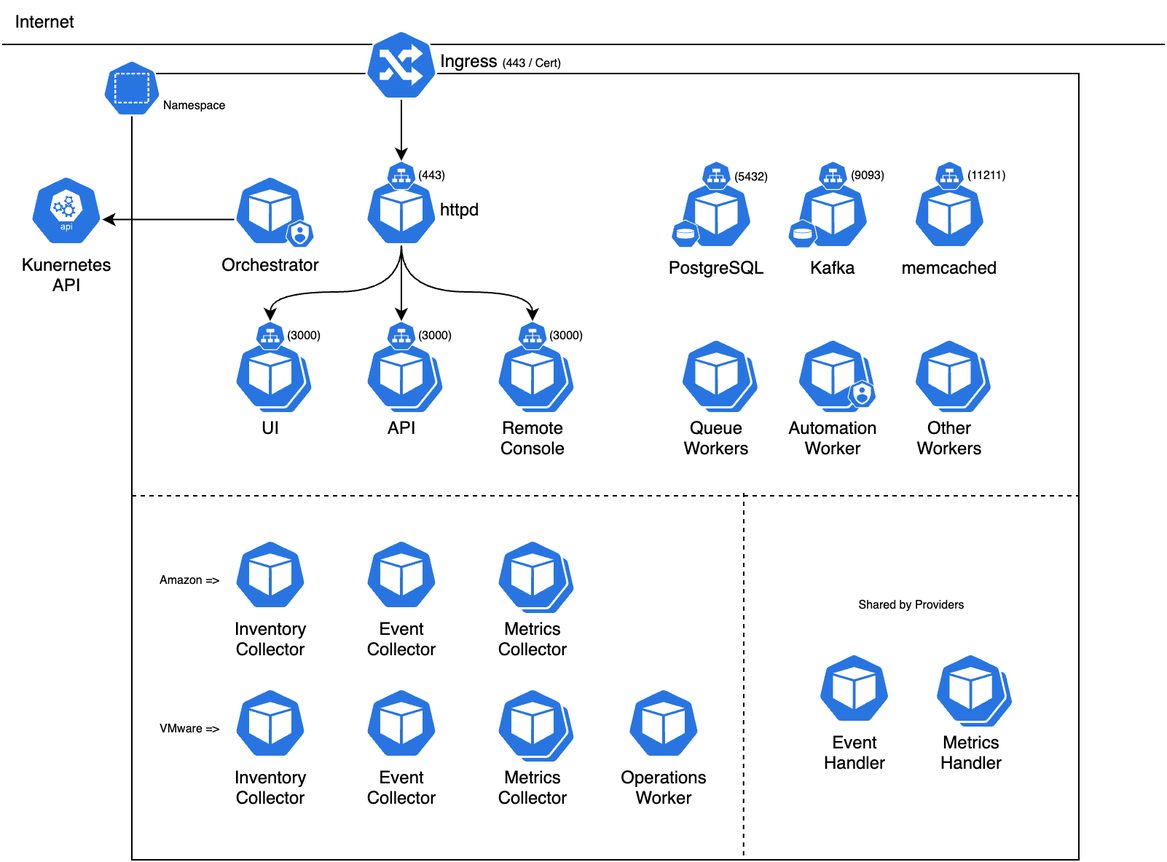
The draw.io diagram architecture/images/containerized-arch.drawio.png in ManageIQ/guides, before a commit. Source tidied: cells renumbered, new cells last; positions are measured from the earlier drawing's top-left corner, leaving out a move shared by most shapes.
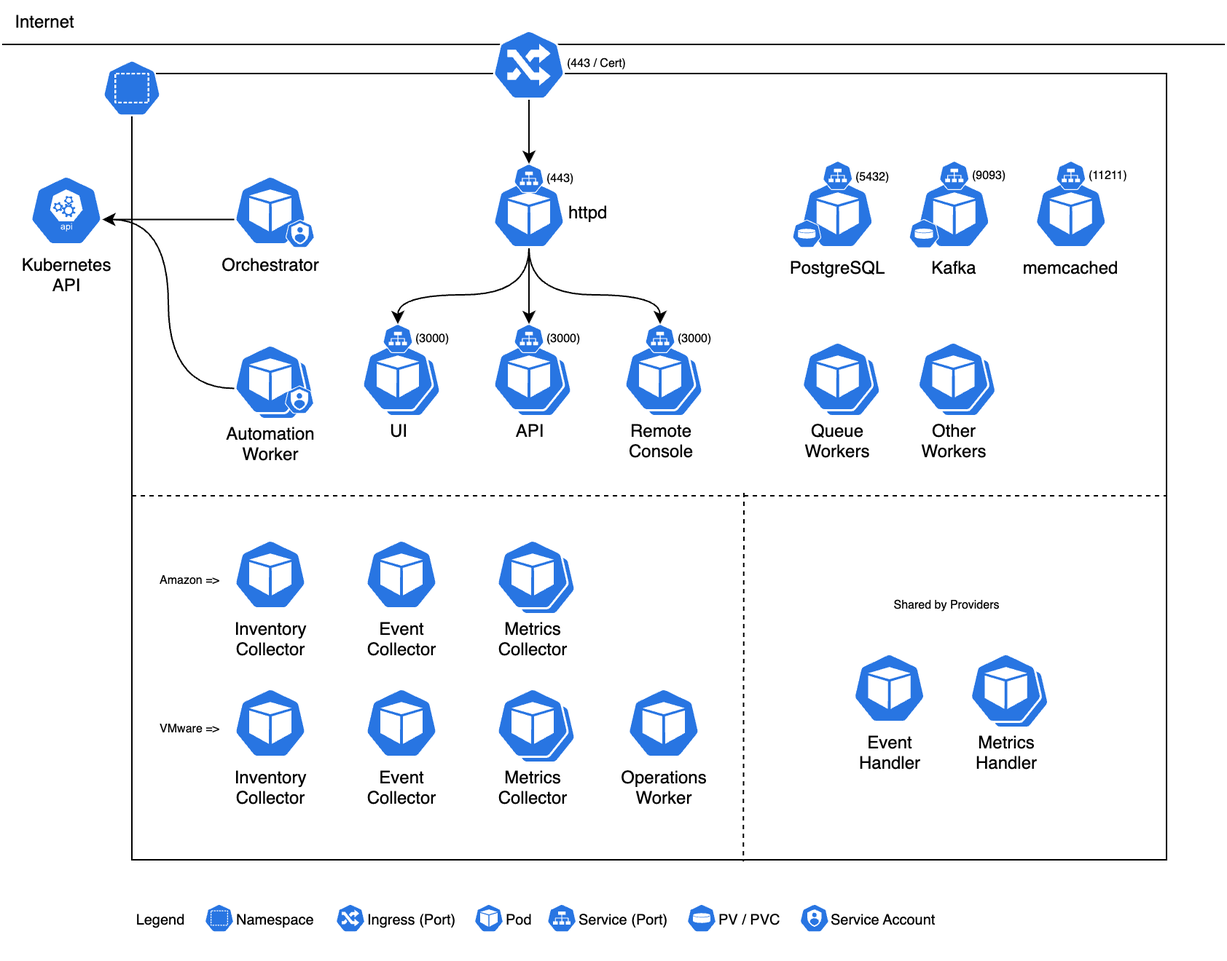
The same diagram one commit later.

Commit message:
Update arch diagram

- Show automation worker talking to Kube API
- Add a Legend

What changed in the source:
```diff
@@ -4,4 +4,7 @@
     <mxCell id="1" parent="0" />
+    <mxCell id="59" style="swimlane;startSize=0;swimlaneLine=1;swimlaneFillColor=none;strokeColor=none;" parent="1" vertex="1">
+      <mxGeometry width="840" height="660" as="geometry" />
+    </mxCell>
     <mxCell id="2" style="rounded=0;whiteSpace=wrap;html=1;" parent="1" vertex="1">
-      <mxGeometry x="90" y="50" width="650" height="540" as="geometry" />
+      <mxGeometry x="90" y="50" width="710" height="540" as="geometry" />
     </mxCell>
@@ -10,3 +13,3 @@
         <mxPoint x="1" y="30" as="sourcePoint" />
-        <mxPoint x="799" y="30" as="targetPoint" />
+        <mxPoint x="840" y="30" as="targetPoint" />
       </mxGeometry>
@@ -14,15 +17,15 @@
     <mxCell id="4" style="sketch=0;html=1;dashed=0;whitespace=wrap;fillColor=#2875E2;strokeColor=#ffffff;verticalLabelPosition=bottom;align=center;verticalAlign=top;shape=mxgraph.kubernetes.icon;prIcon=pod;" parent="1" vertex="1">
-      <mxGeometry x="551.2" y="236" width="50" height="48" as="geometry" />
+      <mxGeometry x="165" y="240" width="50" height="48" as="geometry" />
     </mxCell>
     <mxCell id="5" style="sketch=0;html=1;dashed=0;whitespace=wrap;fillColor=#2875E2;strokeColor=#ffffff;verticalLabelPosition=bottom;align=center;verticalAlign=top;shape=mxgraph.kubernetes.icon;prIcon=pod;" parent="1" vertex="1">
-      <mxGeometry x="345" y="236" width="50" height="48" as="geometry" />
+      <mxGeometry x="432.5" y="238" width="50" height="48" as="geometry" />
     </mxCell>
     <mxCell id="6" style="sketch=0;html=1;dashed=0;whitespace=wrap;fillColor=#2875E2;strokeColor=#ffffff;verticalLabelPosition=bottom;align=center;verticalAlign=top;shape=mxgraph.kubernetes.icon;prIcon=pod;" parent="1" vertex="1">
-      <mxGeometry x="255" y="236" width="50" height="48" as="geometry" />
+      <mxGeometry x="342.5" y="238" width="50" height="48" as="geometry" />
     </mxCell>
     <mxCell id="7" style="sketch=0;html=1;dashed=0;whitespace=wrap;fillColor=#2875E2;strokeColor=#ffffff;verticalLabelPosition=bottom;align=center;verticalAlign=top;shape=mxgraph.kubernetes.icon;prIcon=pod;" parent="1" vertex="1">
-      <mxGeometry x="165" y="236" width="50" height="48" as="geometry" />
+      <mxGeometry x="252.5" y="238" width="50" height="48" as="geometry" />
     </mxCell>
     <mxCell id="8" style="sketch=0;html=1;dashed=0;whitespace=wrap;fillColor=#2875E2;strokeColor=#ffffff;verticalLabelPosition=bottom;align=center;verticalAlign=top;shape=mxgraph.kubernetes.icon;prIcon=pod;" parent="1" vertex="1">
-      <mxGeometry x="645.8" y="452" width="50" height="48" as="geometry" />
+      <mxGeometry x="669.8" y="452" width="50" height="48" as="geometry" />
     </mxCell>
@@ -35,8 +38,8 @@
     <mxCell id="11" style="sketch=0;html=1;dashed=0;whitespace=wrap;fillColor=#2875E2;strokeColor=#ffffff;verticalLabelPosition=bottom;align=center;verticalAlign=top;shape=mxgraph.kubernetes.icon;prIcon=pod;" parent="1" vertex="1">
-      <mxGeometry x="631.2" y="236" width="50" height="48" as="geometry" />
+      <mxGeometry x="633.8" y="238" width="50" height="48" as="geometry" />
     </mxCell>
     <mxCell id="12" style="sketch=0;html=1;dashed=0;whitespace=wrap;fillColor=#2875E2;strokeColor=#ffffff;verticalLabelPosition=bottom;align=center;verticalAlign=top;shape=mxgraph.kubernetes.icon;prIcon=pod;" parent="1" vertex="1">
-      <mxGeometry x="471.2" y="236" width="50" height="48" as="geometry" />
+      <mxGeometry x="554.4" y="238" width="50" height="48" as="geometry" />
     </mxCell>
-    <mxCell id="13" value="Kunernetes&lt;br&gt;API" style="sketch=0;html=1;dashed=0;whitespace=wrap;fillColor=#2875E2;strokeColor=#ffffff;points=[[0.005,0.63,0],[0.1,0.2,0],[0.9,0.2,0],[0.5,0,0],[0.995,0.63,0],[0.72,0.99,0],[0.5,1,0],[0.28,0.99,0]];verticalLabelPosition=bottom;align=center;verticalAlign=top;shape=mxgraph.kubernetes.icon;prIcon=api;" parent="1" vertex="1">
+    <mxCell id="13" value="Kubernetes&lt;br&gt;API" style="sketch=0;html=1;dashed=0;whitespace=wrap;fillColor=#2875E2;strokeColor=#ffffff;points=[[0.005,0.63,0],[0.1,0.2,0],[0.9,0.2,0],[0.5,0,0],[0.995,0.63,0],[0.72,0.99,0],[0.5,1,0],[0.28,0.99,0]];verticalLabelPosition=bottom;align=center;verticalAlign=top;shape=mxgraph.kubernetes.icon;prIcon=api;" parent="1" vertex="1">
       <mxGeometry x="20" y="120" width="50" height="48" as="geometry" />
@@ -52,24 +55,24 @@
     <mxCell id="16" value="httpd" style="sketch=0;html=1;dashed=0;whitespace=wrap;fillColor=#2875E2;strokeColor=#ffffff;points=[[0.005,0.63,0],[0.1,0.2,0],[0.9,0.2,0],[0.5,0,0],[0.995,0.63,0],[0.72,0.99,0],[0.5,1,0],[0.28,0.99,0]];verticalLabelPosition=middle;align=left;verticalAlign=middle;shape=mxgraph.kubernetes.icon;prIcon=pod;labelPosition=right;" parent="1" vertex="1">
-      <mxGeometry x="250" y="120" width="50" height="48" as="geometry" />
+      <mxGeometry x="337.5" y="122" width="50" height="48" as="geometry" />
     </mxCell>
     <mxCell id="17" value="UI" style="sketch=0;html=1;dashed=0;whitespace=wrap;fillColor=#2875E2;strokeColor=#ffffff;verticalLabelPosition=bottom;align=center;verticalAlign=top;shape=mxgraph.kubernetes.icon;prIcon=pod;" parent="1" vertex="1">
-      <mxGeometry x="160" y="232" width="50" height="48" as="geometry" />
+      <mxGeometry x="247.5" y="234" width="50" height="48" as="geometry" />
     </mxCell>
     <mxCell id="18" value="API" style="sketch=0;html=1;dashed=0;whitespace=wrap;fillColor=#2875E2;strokeColor=#ffffff;verticalLabelPosition=bottom;align=center;verticalAlign=top;shape=mxgraph.kubernetes.icon;prIcon=pod;" parent="1" vertex="1">
-      <mxGeometry x="250" y="232" width="50" height="48" as="geometry" />
+      <mxGeometry x="337.5" y="234" width="50" height="48" as="geometry" />
     </mxCell>
     <mxCell id="19" value="Remote&lt;br&gt;Console" style="sketch=0;html=1;dashed=0;whitespace=wrap;fillColor=#2875E2;strokeColor=#ffffff;verticalLabelPosition=bottom;align=center;verticalAlign=top;shape=mxgraph.kubernetes.icon;prIcon=pod;" parent="1" vertex="1">
-      <mxGeometry x="340" y="232" width="50" height="48" as="geometry" />
+      <mxGeometry x="427.5" y="234" width="50" height="48" as="geometry" />
     </mxCell>
     <mxCell id="20" value="PostgreSQL" style="sketch=0;html=1;dashed=0;whitespace=wrap;fillColor=#2875E2;strokeColor=#ffffff;verticalLabelPosition=bottom;align=center;verticalAlign=top;shape=mxgraph.kubernetes.icon;prIcon=pod;" parent="1" vertex="1">
-      <mxGeometry x="466.2" y="122" width="50" height="48" as="geometry" />
+      <mxGeometry x="549.4" y="122" width="50" height="48" as="geometry" />
     </mxCell>
     <mxCell id="21" value="memcached" style="sketch=0;html=1;dashed=0;whitespace=wrap;fillColor=#2875E2;strokeColor=#ffffff;verticalLabelPosition=bottom;align=center;verticalAlign=top;shape=mxgraph.kubernetes.icon;prIcon=pod;" parent="1" vertex="1">
-      <mxGeometry x="626.2" y="122" width="50" height="48" as="geometry" />
+      <mxGeometry x="709.4" y="122" width="50" height="48" as="geometry" />
     </mxCell>
     <mxCell id="22" value="Kafka" style="sketch=0;html=1;dashed=0;whitespace=wrap;fillColor=#2875E2;strokeColor=#ffffff;verticalLabelPosition=bottom;align=center;verticalAlign=top;shape=mxgraph.kubernetes.icon;prIcon=pod;" parent="1" vertex="1">
-      <mxGeometry x="546.2" y="122" width="50" height="48" as="geometry" />
+      <mxGeometry x="629.4" y="122" width="50" height="48" as="geometry" />
     </mxCell>
     <mxCell id="23" value="Queue&lt;br&gt;Workers" style="sketch=0;html=1;dashed=0;whitespace=wrap;fillColor=#2875E2;strokeColor=#ffffff;verticalLabelPosition=bottom;align=center;verticalAlign=top;shape=mxgraph.kubernetes.icon;prIcon=pod;" parent="1" vertex="1">
-      <mxGeometry x="466.2" y="232" width="50" height="48" as="geometry" />
+      <mxGeometry x="549.4" y="234" width="50" height="48" as="geometry" />
     </mxCell>
@@ -97,41 +100,41 @@
     <mxCell id="31" value="Event&lt;br&gt;Handler" style="sketch=0;html=1;dashed=0;whitespace=wrap;fillColor=#2875E2;strokeColor=#ffffff;verticalLabelPosition=bottom;align=center;verticalAlign=top;shape=mxgraph.kubernetes.icon;prIcon=pod;" parent="1" vertex="1">
-      <mxGeometry x="560.8" y="448" width="50" height="48" as="geometry" />
+      <mxGeometry x="584.8" y="448" width="50" height="48" as="geometry" />
     </mxCell>
     <mxCell id="32" value="Metrics&lt;br&gt;Handler" style="sketch=0;html=1;dashed=0;whitespace=wrap;fillColor=#2875E2;strokeColor=#ffffff;verticalLabelPosition=bottom;align=center;verticalAlign=top;shape=mxgraph.kubernetes.icon;prIcon=pod;" parent="1" vertex="1">
-      <mxGeometry x="640.8" y="448" width="50" height="48" as="geometry" />
+      <mxGeometry x="664.8" y="448" width="50" height="48" as="geometry" />
     </mxCell>
     <mxCell id="33" value="Automation&lt;br&gt;Worker" style="sketch=0;html=1;dashed=0;whitespace=wrap;fillColor=#2875E2;strokeColor=#ffffff;points=[[0.005,0.63,0],[0.1,0.2,0],[0.9,0.2,0],[0.5,0,0],[0.995,0.63,0],[0.72,0.99,0],[0.5,1,0],[0.28,0.99,0]];verticalLabelPosition=bottom;align=center;verticalAlign=top;shape=mxgraph.kubernetes.icon;prIcon=pod;" parent="1" vertex="1">
-      <mxGeometry x="546.2" y="232" width="50" height="48" as="geometry" />
+      <mxGeometry x="160" y="236" width="50" height="48" as="geometry" />
     </mxCell>
     <mxCell id="34" value="Other&lt;br&gt;Workers" style="sketch=0;html=1;dashed=0;whitespace=wrap;fillColor=#2875E2;strokeColor=#ffffff;verticalLabelPosition=bottom;align=center;verticalAlign=top;shape=mxgraph.kubernetes.icon;prIcon=pod;" parent="1" vertex="1">
-      <mxGeometry x="626.2" y="232" width="50" height="48" as="geometry" />
+      <mxGeometry x="628.8" y="234" width="50" height="48" as="geometry" />
     </mxCell>
     <mxCell id="35" value="(443)" style="sketch=0;html=1;dashed=0;whitespace=wrap;fillColor=#2875E2;strokeColor=#ffffff;points=[[0.005,0.63,0],[0.1,0.2,0],[0.9,0.2,0],[0.5,0,0],[0.995,0.63,0],[0.72,0.99,0],[0.5,1,0],[0.28,0.99,0]];verticalLabelPosition=middle;align=left;verticalAlign=middle;shape=mxgraph.kubernetes.icon;prIcon=svc;fontSize=8;labelPosition=right;" parent="1" vertex="1">
-      <mxGeometry x="264.6" y="110" width="20.8" height="20" as="geometry" />
+      <mxGeometry x="352.1" y="112" width="20.8" height="20" as="geometry" />
     </mxCell>
     <mxCell id="36" value="&lt;font style=&quot;font-size: 8px;&quot;&gt;(5432)&lt;/font&gt;" style="sketch=0;html=1;dashed=0;whitespace=wrap;fillColor=#2875E2;strokeColor=#ffffff;verticalLabelPosition=middle;align=left;verticalAlign=middle;shape=mxgraph.kubernetes.icon;prIcon=svc;labelPosition=right;" parent="1" vertex="1">
-      <mxGeometry x="480.8" y="110" width="20.8" height="20" as="geometry" />
+      <mxGeometry x="564" y="110" width="20.8" height="20" as="geometry" />
     </mxCell>
     <mxCell id="37" value="(9093)" style="sketch=0;html=1;dashed=0;whitespace=wrap;fillColor=#2875E2;strokeColor=#ffffff;verticalLabelPosition=middle;align=left;verticalAlign=middle;shape=mxgraph.kubernetes.icon;prIcon=svc;labelPosition=right;fontSize=8;" parent="1" vertex="1">
-      <mxGeometry x="560.8" y="110" width="20.8" height="20" as="geometry" />
+      <mxGeometry x="644" y="110" width="20.8" height="20" as="geometry" />
     </mxCell>
     <mxCell id="38" value="(11211)" style="sketch=0;html=1;dashed=0;whitespace=wrap;fillColor=#2875E2;strokeColor=#ffffff;verticalLabelPosition=middle;align=left;verticalAlign=middle;shape=mxgraph.kubernetes.icon;prIcon=svc;labelPosition=right;fontSize=8;" parent="1" vertex="1">
-      <mxGeometry x="640.8" y="110" width="20.8" height="20" as="geometry" />
+      <mxGeometry x="724" y="110" width="20.8" height="20" as="geometry" />
     </mxCell>
     <mxCell id="39" value="(3000)" style="sketch=0;html=1;dashed=0;whitespace=wrap;fillColor=#2875E2;strokeColor=#ffffff;points=[[0.005,0.63,0],[0.1,0.2,0],[0.9,0.2,0],[0.5,0,0],[0.995,0.63,0],[0.72,0.99,0],[0.5,1,0],[0.28,0.99,0]];verticalLabelPosition=middle;align=left;verticalAlign=middle;shape=mxgraph.kubernetes.icon;prIcon=svc;labelPosition=right;fontSize=8;" parent="1" vertex="1">
-      <mxGeometry x="174.6" y="220" width="20.8" height="20" as="geometry" />
+      <mxGeometry x="262.1" y="222" width="20.8" height="20" as="geometry" />
     </mxCell>
     <mxCell id="40" value="(3000)" style="sketch=0;html=1;dashed=0;whitespace=wrap;fillColor=#2875E2;strokeColor=#ffffff;points=[[0.005,0.63,0],[0.1,0.2,0],[0.9,0.2,0],[0.5,0,0],[0.995,0.63,0],[0.72,0.99,0],[0.5,1,0],[0.28,0.99,0]];verticalLabelPosition=middle;align=left;verticalAlign=middle;shape=mxgraph.kubernetes.icon;prIcon=svc;fontSize=8;labelPosition=right;" parent="1" vertex="1">
-      <mxGeometry x="264.6" y="220" width="20.8" height="20" as="geometry" />
+      <mxGeometry x="352.1" y="222" width="20.8" height="20" as="geometry" />
     </mxCell>
     <mxCell id="41" value="(3000)" style="sketch=0;html=1;dashed=0;whitespace=wrap;fillColor=#2875E2;strokeColor=#ffffff;points=[[0.005,0.63,0],[0.1,0.2,0],[0.9,0.2,0],[0.5,0,0],[0.995,0.63,0],[0.72,0.99,0],[0.5,1,0],[0.28,0.99,0]];verticalLabelPosition=middle;align=left;verticalAlign=middle;shape=mxgraph.kubernetes.icon;prIcon=svc;fontSize=8;labelPosition=right;" parent="1" vertex="1">
-      <mxGeometry x="354.6" y="220" width="20.8" height="20" as="geometry" />
+      <mxGeometry x="442.1" y="222" width="20.8" height="20" as="geometry" />
     </mxCell>
     <mxCell id="42" style="sketch=0;html=1;dashed=0;whitespace=wrap;fillColor=#2875E2;strokeColor=#ffffff;verticalLabelPosition=bottom;align=center;verticalAlign=top;shape=mxgraph.kubernetes.icon;prIcon=pv;" parent="1" vertex="1">
-      <mxGeometry x="460" y="150" width="20" height="20" as="geometry" />
+      <mxGeometry x="543.1" y="150" width="20" height="20" as="geometry" />
     </mxCell>
     <mxCell id="43" style="sketch=0;html=1;dashed=0;whitespace=wrap;fillColor=#2875E2;strokeColor=#ffffff;verticalLabelPosition=bottom;align=center;verticalAlign=top;shape=mxgraph.kubernetes.icon;prIcon=pv;" parent="1" vertex="1">
-      <mxGeometry x="540" y="150" width="20.8" height="20" as="geometry" />
+      <mxGeometry x="623.1" y="150" width="20.8" height="20" as="geometry" />
     </mxCell>
-    <mxCell id="44" value="Namespace" style="sketch=0;html=1;dashed=0;whitespace=wrap;fillColor=#2875E2;strokeColor=#ffffff;verticalLabelPosition=middle;align=left;verticalAlign=bottom;shape=mxgraph.kubernetes.icon;prIcon=ns;labelPosition=right;spacingBottom=0;horizontal=1;fontSize=8;" parent="1" vertex="1">
+    <mxCell id="44" style="sketch=0;html=1;dashed=0;whitespace=wrap;fillColor=#2875E2;strokeColor=#ffffff;verticalLabelPosition=middle;align=left;verticalAlign=bottom;shape=mxgraph.kubernetes.icon;prIcon=ns;labelPosition=right;spacingBottom=0;horizontal=1;fontSize=8;" parent="1" vertex="1">
       <mxGeometry x="70" y="40" width="40" height="40" as="geometry" />
@@ -142,3 +145,3 @@
     <mxCell id="46" style="sketch=0;html=1;dashed=0;whitespace=wrap;fillColor=#2875E2;strokeColor=#ffffff;verticalLabelPosition=bottom;align=center;verticalAlign=top;shape=mxgraph.kubernetes.icon;prIcon=sa;" parent="1" vertex="1">
-      <mxGeometry x="581.2" y="256" width="20" height="28" as="geometry" />
+      <mxGeometry x="195" y="260" width="20" height="28" as="geometry" />
     </mxCell>
@@ -147,4 +150,4 @@
     </mxCell>
-    <mxCell id="48" value="Ingress &lt;font style=&quot;font-size: 8px;&quot;&gt;(443 / Cert)&lt;/font&gt;" style="sketch=0;html=1;dashed=0;whitespace=wrap;fillColor=#2875E2;strokeColor=#ffffff;points=[[0.005,0.63,0],[0.1,0.2,0],[0.9,0.2,0],[0.5,0,0],[0.995,0.63,0],[0.72,0.99,0],[0.5,1,0],[0.28,0.99,0]];verticalLabelPosition=middle;align=left;verticalAlign=middle;shape=mxgraph.kubernetes.icon;prIcon=ing;labelPosition=right;fontSize=12;spacingTop=-4;" parent="1" vertex="1">
-      <mxGeometry x="250" y="20" width="50" height="48" as="geometry" />
+    <mxCell id="48" value="&lt;font style=&quot;font-size: 8px;&quot;&gt;(443 / Cert)&lt;/font&gt;" style="sketch=0;html=1;dashed=0;whitespace=wrap;fillColor=#2875E2;strokeColor=#ffffff;points=[[0.005,0.63,0],[0.1,0.2,0],[0.9,0.2,0],[0.5,0,0],[0.995,0.63,0],[0.72,0.99,0],[0.5,1,0],[0.28,0.99,0]];verticalLabelPosition=middle;align=left;verticalAlign=middle;shape=mxgraph.kubernetes.icon;prIcon=ing;labelPosition=right;fontSize=12;spacingTop=-4;" parent="1" vertex="1">
+      <mxGeometry x="337.5" y="20" width="50" height="48" as="geometry" />
     </mxCell>
@@ -160,3 +163,3 @@
     <mxCell id="52" value="Shared by Providers" style="text;strokeColor=none;align=center;fillColor=none;html=1;verticalAlign=middle;whiteSpace=wrap;rounded=0;fontSize=8;" parent="1" vertex="1">
-      <mxGeometry x="579.6" y="400" width="91.2" height="30" as="geometry" />
+      <mxGeometry x="604.4" y="400" width="91.2" height="30" as="geometry" />
     </mxCell>
@@ -165,4 +168,4 @@
         <Array as="points">
-          <mxPoint x="275" y="200" />
-          <mxPoint x="185" y="200" />
+          <mxPoint x="362.5" y="202" />
+          <mxPoint x="272.5" y="202" />
         </Array>
@@ -173,3 +176,3 @@
         <Array as="points">
-          <mxPoint x="320" y="200" />
+          <mxPoint x="407.5" y="202" />
         </Array>
@@ -177,9 +180,8 @@
     </mxCell>
-    <mxCell id="55" style="orthogonalLoop=1;jettySize=auto;html=1;rounded=0;endArrow=none;endFill=0;dashed=1;" parent="1" edge="1">
+    <mxCell id="55" style="jettySize=auto;html=1;rounded=0;endArrow=none;endFill=0;dashed=1;entryX=1;entryY=0.537;entryDx=0;entryDy=0;entryPerimeter=0;" parent="1" edge="1" target="2">
       <mxGeometry relative="1" as="geometry">
         <mxPoint x="90" y="340" as="sourcePoint" />
-        <mxPoint x="740" y="340" as="targetPoint" />
       </mxGeometry>
     </mxCell>
-    <mxCell id="56" style="edgeStyle=none;jettySize=auto;html=1;rounded=0;dashed=1;endArrow=none;endFill=0;entryX=0.646;entryY=1;entryDx=0;entryDy=0;entryPerimeter=0;" parent="1" edge="1" target="2">
+    <mxCell id="56" style="edgeStyle=none;jettySize=auto;html=1;rounded=0;dashed=1;endArrow=none;endFill=0;entryX=0.591;entryY=1.002;entryDx=0;entryDy=0;entryPerimeter=0;" parent="1" edge="1" target="2">
       <mxGeometry relative="1" as="geometry">
@@ -194,2 +196,26 @@
     </mxCell>
+    <mxCell id="60" style="edgeStyle=orthogonalEdgeStyle;curved=1;rounded=0;jettySize=auto;html=1;exitX=0.005;exitY=0.63;exitDx=0;exitDy=0;exitPerimeter=0;entryX=0.995;entryY=0.63;entryDx=0;entryDy=0;entryPerimeter=0;" parent="1" edge="1" source="33" target="13">
+      <mxGeometry relative="1" as="geometry" />
+    </mxCell>
+    <mxCell id="61" value="Pod" style="sketch=0;html=1;dashed=0;whitespace=wrap;fillColor=#2875E2;strokeColor=#ffffff;shape=mxgraph.kubernetes.icon2;prIcon=pod;labelPosition=right;verticalLabelPosition=middle;align=left;verticalAlign=middle;fontSize=10;" parent="1" vertex="1">
+      <mxGeometry x="325" y="620" width="20" height="20" as="geometry" />
+    </mxCell>
+    <mxCell id="62" value="Service (Port)" style="sketch=0;html=1;dashed=0;whitespace=wrap;fillColor=#2875E2;strokeColor=#ffffff;shape=mxgraph.kubernetes.icon2;prIcon=svc;labelPosition=right;verticalLabelPosition=middle;align=left;verticalAlign=middle;fontSize=10;" parent="1" vertex="1">
+      <mxGeometry x="375" y="620" width="20" height="20" as="geometry" />
+    </mxCell>
+    <mxCell id="63" value="PV / PVC" style="sketch=0;html=1;dashed=0;whitespace=wrap;fillColor=#2875E2;strokeColor=#ffffff;shape=mxgraph.kubernetes.icon2;prIcon=vol;labelPosition=right;verticalLabelPosition=middle;align=left;verticalAlign=middle;fontSize=10;" parent="1" vertex="1">
+      <mxGeometry x="471" y="620" width="20" height="20" as="geometry" />
+    </mxCell>
+    <mxCell id="64" value="Ingress (Port)" style="sketch=0;html=1;dashed=0;whitespace=wrap;fillColor=#2875E2;strokeColor=#ffffff;shape=mxgraph.kubernetes.icon2;prIcon=ing;labelPosition=right;verticalLabelPosition=middle;align=left;verticalAlign=middle;fontSize=10;" parent="1" vertex="1">
+      <mxGeometry x="230" y="620" width="20" height="20" as="geometry" />
+    </mxCell>
+    <mxCell id="65" value="Service Account" style="sketch=0;html=1;dashed=0;whitespace=wrap;fillColor=#2875E2;strokeColor=#ffffff;shape=mxgraph.kubernetes.icon2;prIcon=sa;labelPosition=right;verticalLabelPosition=middle;align=left;verticalAlign=middle;fontSize=10;" parent="1" vertex="1">
+      <mxGeometry x="548.4" y="620" width="20" height="20" as="geometry" />
+    </mxCell>
+    <mxCell id="66" value="Namespace" style="sketch=0;html=1;dashed=0;whitespace=wrap;fillColor=#2875E2;strokeColor=#ffffff;shape=mxgraph.kubernetes.icon2;prIcon=ns;labelPosition=right;verticalLabelPosition=middle;align=left;verticalAlign=middle;fontSize=10;" parent="1" vertex="1">
+      <mxGeometry x="140" y="620" width="20" height="20" as="geometry" />
+    </mxCell>
+    <mxCell id="67" value="Legend" style="text;strokeColor=none;align=center;fillColor=none;html=1;verticalAlign=middle;whiteSpace=wrap;rounded=0;fontSize=10;" parent="1" vertex="1">
+      <mxGeometry x="80" y="615" width="60" height="30" as="geometry" />
+    </mxCell>
   </root>
```
